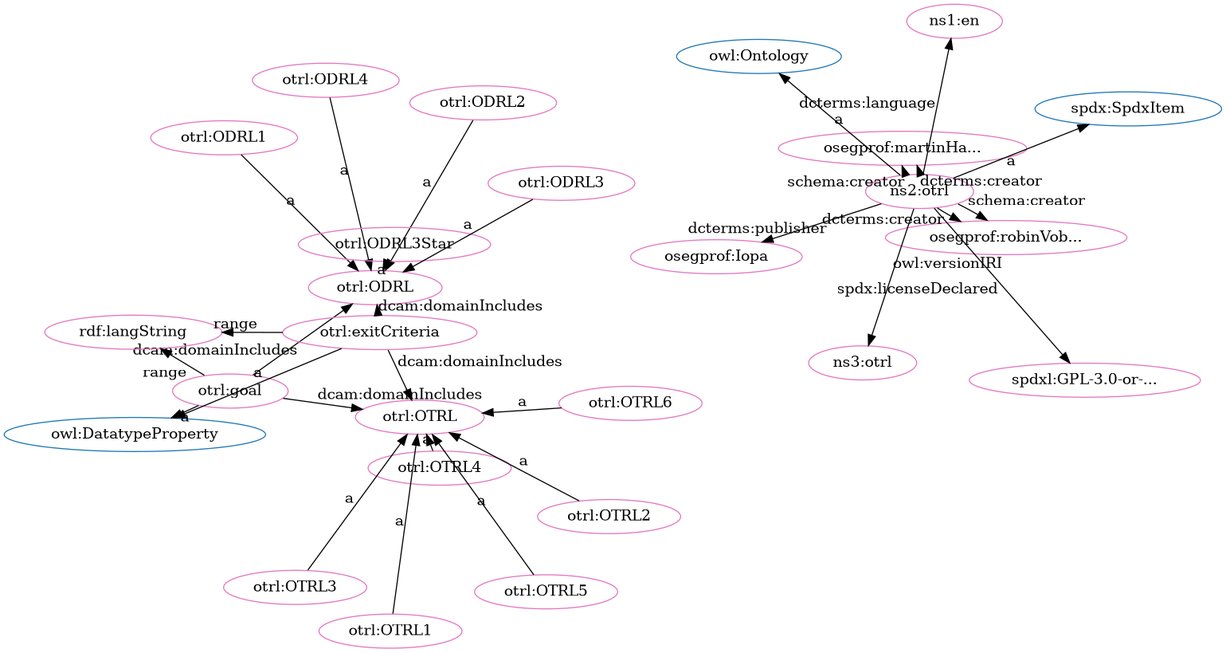
The Graphviz diagram src/spec/fdp_otrl.png in iop-alliance/OpenKnowHow, before a commit. Its source is kept beside it as src/spec/fdp_otrl.dot.
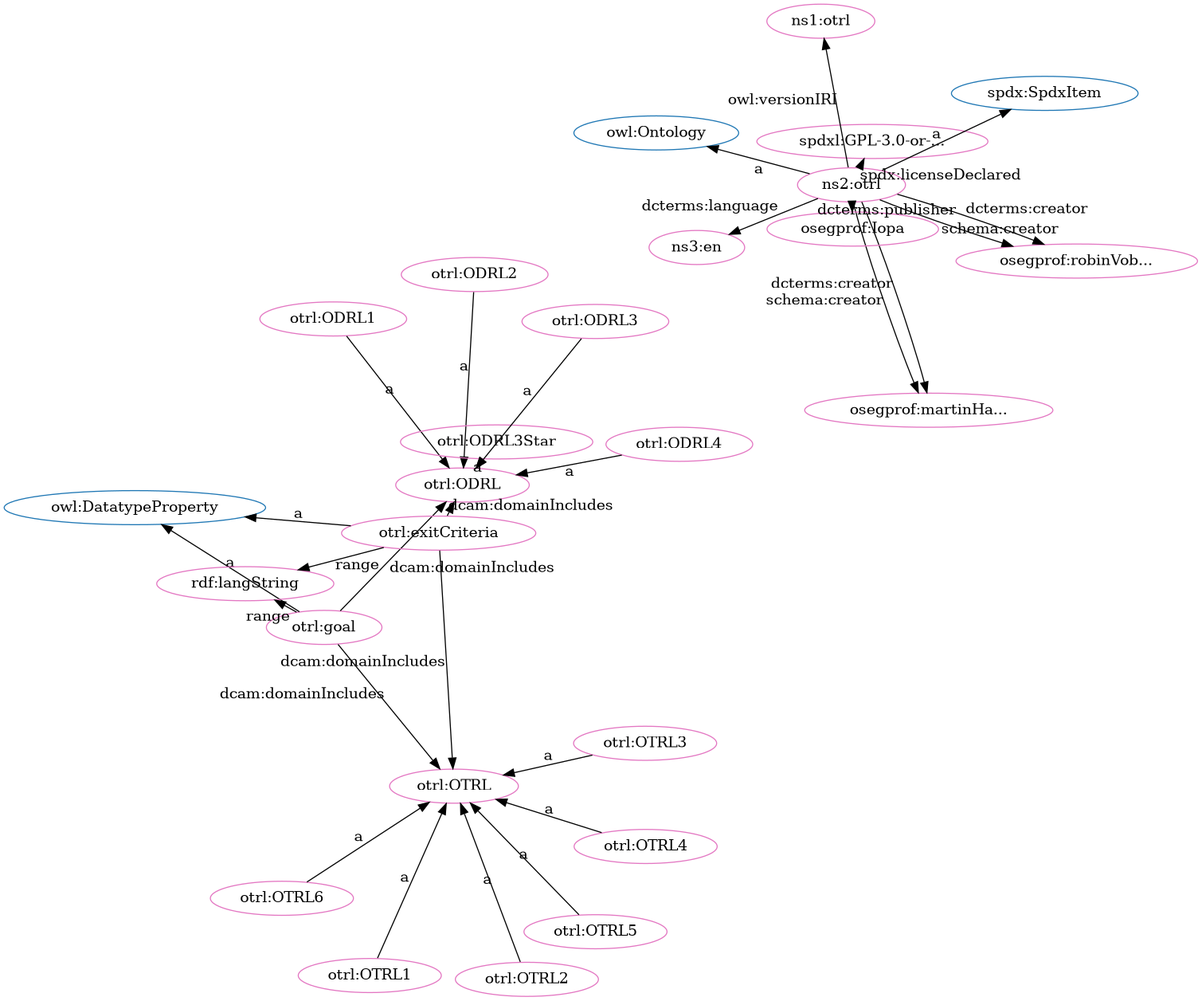
The same diagram one commit later.

Change to the diagram source:
```diff
@@ -6,56 +6,56 @@
 "http://www.w3.org/2002/07/owl#Ontology" [fillcolor="#1f77b4" color="#1f77b4" label="owl:Ontology"]
 "http://spdx.org/rdf/terms#SpdxItem" [fillcolor="#1f77b4" color="#1f77b4" label="spdx:SpdxItem"]
 "http://w3id.org/oseg/ont/otrl#OTRL" [fillcolor="#1f77b4" color="#1f77b4" label="otrl:OTRL"]
+"http://w3id.org/oseg/ont/oseg-profiles#robinVobruba" [fillcolor="#e377c2" color="#e377c2" label="osegprof:robinVob..."]
 "http://w3id.org/oseg/ont/otrl#ODRL1" [fillcolor="#e377c2" color="#e377c2" label="otrl:ODRL1"]
+"http://w3id.org/oseg/ont/1.1.0/otrl" [fillcolor="#e377c2" color="#e377c2" label="ns1:otrl"]
+"http://w3id.org/oseg/ont/otrl#OTRL3" [fillcolor="#e377c2" color="#e377c2" label="otrl:OTRL3"]
+"http://w3id.org/oseg/ont/otrl#ODRL" [fillcolor="#e377c2" color="#e377c2" label="otrl:ODRL"]
+"http://w3id.org/oseg/ont/otrl#OTRL2" [fillcolor="#e377c2" color="#e377c2" label="otrl:OTRL2"]
+"http://w3id.org/oseg/ont/otrl#goal" [fillcolor="#e377c2" color="#e377c2" label="otrl:goal"]
+"http://w3id.org/oseg/ont/otrl#OTRL5" [fillcolor="#e377c2" color="#e377c2" label="otrl:OTRL5"]
+"http://spdx.org/licenses/GPL-3.0-or-later" [fillcolor="#e377c2" color="#e377c2" label="spdxl:GPL-3.0-or-..."]
+"http://www.w3.org/1999/02/22-rdf-syntax-ns#langString" [fillcolor="#e377c2" color="#e377c2" label="rdf:langString"]
+"http://w3id.org/oseg/ont/otrl" [fillcolor="#e377c2" color="#e377c2" label="ns2:otrl"]
+"http://id.loc.gov/vocabulary/iso639-1/en" [fillcolor="#e377c2" color="#e377c2" label="ns3:en"]
+"http://w3id.org/oseg/ont/otrl#OTRL" [fillcolor="#e377c2" color="#e377c2" label="otrl:OTRL"]
 "http://w3id.org/oseg/ont/otrl#ODRL4" [fillcolor="#e377c2" color="#e377c2" label="otrl:ODRL4"]
-"http://w3id.org/oseg/ont/otrl#goal" [fillcolor="#e377c2" color="#e377c2" label="otrl:goal"]
 "http://w3id.org/oseg/ont/otrl#OTRL4" [fillcolor="#e377c2" color="#e377c2" label="otrl:OTRL4"]
-"http://w3id.org/oseg/ont/oseg-profiles#robinVobruba" [fillcolor="#e377c2" color="#e377c2" label="osegprof:robinVob..."]
 "http://w3id.org/oseg/ont/otrl#ODRL2" [fillcolor="#e377c2" color="#e377c2" label="otrl:ODRL2"]
-"http://id.loc.gov/vocabulary/iso639-1/en" [fillcolor="#e377c2" color="#e377c2" label="ns1:en"]
-"http://w3id.org/oseg/ont/otrl#OTRL" [fillcolor="#e377c2" color="#e377c2" label="otrl:OTRL"]
-"http://w3id.org/oseg/ont/otrl#OTRL3" [fillcolor="#e377c2" color="#e377c2" label="otrl:OTRL3"]
 "http://w3id.org/oseg/ont/otrl#exitCriteria" [fillcolor="#e377c2" color="#e377c2" label="otrl:exitCriteria"]
 "http://w3id.org/oseg/ont/oseg-profiles#martinHaeuer" [fillcolor="#e377c2" color="#e377c2" label="osegprof:martinHa..."]
-"http://w3id.org/oseg/ont/otrl#ODRL" [fillcolor="#e377c2" color="#e377c2" label="otrl:ODRL"]
+"http://w3id.org/oseg/ont/oseg-profiles#Iopa" [fillcolor="#e377c2" color="#e377c2" label="osegprof:Iopa"]
+"http://w3id.org/oseg/ont/otrl#ODRL3Star" [fillcolor="#e377c2" color="#e377c2" label="otrl:ODRL3Star"]
 "http://w3id.org/oseg/ont/otrl#OTRL1" [fillcolor="#e377c2" color="#e377c2" label="otrl:OTRL1"]
-"http://www.w3.org/1999/02/22-rdf-syntax-ns#langString" [fillcolor="#e377c2" color="#e377c2" label="rdf:langString"]
-"http://w3id.org/oseg/ont/otrl" [fillcolor="#e377c2" color="#e377c2" label="ns2:otrl"]
-"http://w3id.org/oseg/ont/oseg-profiles#Iopa" [fillcolor="#e377c2" color="#e377c2" label="osegprof:Iopa"]
-"http://w3id.org/oseg/ont/otrl#OTRL2" [fillcolor="#e377c2" color="#e377c2" label="otrl:OTRL2"]
+"http://w3id.org/oseg/ont/otrl#ODRL3" [fillcolor="#e377c2" color="#e377c2" label="otrl:ODRL3"]
 "http://w3id.org/oseg/ont/otrl#OTRL6" [fillcolor="#e377c2" color="#e377c2" label="otrl:OTRL6"]
-"http://w3id.org/oseg/ont/otrl#ODRL3Star" [fillcolor="#e377c2" color="#e377c2" label="otrl:ODRL3Star"]
-"http://w3id.org/oseg/ont/otrl#OTRL5" [fillcolor="#e377c2" color="#e377c2" label="otrl:OTRL5"]
-"http://spdx.org/licenses/GPL-3.0-or-later" [fillcolor="#e377c2" color="#e377c2" label="spdxl:GPL-3.0-or-..."]
-"http://w3id.org/oseg/ont/1.1.0/otrl" [fillcolor="#e377c2" color="#e377c2" label="ns3:otrl"]
-"http://w3id.org/oseg/ont/otrl#ODRL3" [fillcolor="#e377c2" color="#e377c2" label="otrl:ODRL3"]
+  "http://w3id.org/oseg/ont/otrl" -> "http://w3id.org/oseg/ont/oseg-profiles#robinVobruba" [label="dcterms:creator"]
   "http://w3id.org/oseg/ont/otrl#ODRL1" -> "http://w3id.org/oseg/ont/otrl#ODRL" [label="a"]
+  "http://w3id.org/oseg/ont/otrl#OTRL5" -> "http://w3id.org/oseg/ont/otrl#OTRL" [label="a"]
+  "http://w3id.org/oseg/ont/otrl" -> "http://spdx.org/licenses/GPL-3.0-or-later" [label="spdx:licenseDeclared"]
+  "http://w3id.org/oseg/ont/otrl" -> "http://www.w3.org/2002/07/owl#Ontology" [label="a"]
+  "http://w3id.org/oseg/ont/otrl#ODRL4" -> "http://w3id.org/oseg/ont/otrl#ODRL" [label="a"]
+  "http://w3id.org/oseg/ont/otrl#OTRL4" -> "http://w3id.org/oseg/ont/otrl#OTRL" [label="a"]
+  "http://w3id.org/oseg/ont/otrl#exitCriteria" -> "http://www.w3.org/2002/07/owl#DatatypeProperty" [label="a"]
+  "http://w3id.org/oseg/ont/otrl" -> "http://w3id.org/oseg/ont/oseg-profiles#robinVobruba" [label="schema:creator"]
+  "http://w3id.org/oseg/ont/otrl#ODRL3Star" -> "http://w3id.org/oseg/ont/otrl#ODRL" [label="a"]
+  "http://w3id.org/oseg/ont/otrl#exitCriteria" -> "http://w3id.org/oseg/ont/otrl#OTRL" [label="dcam:domainIncludes"]
+  "http://w3id.org/oseg/ont/otrl" -> "http://w3id.org/oseg/ont/oseg-profiles#martinHaeuer" [label="dcterms:creator"]
+  "http://w3id.org/oseg/ont/otrl" -> "http://w3id.org/oseg/ont/1.1.0/otrl" [label="owl:versionIRI"]
+  "http://w3id.org/oseg/ont/otrl#OTRL3" -> "http://w3id.org/oseg/ont/otrl#OTRL" [label="a"]
+  "http://w3id.org/oseg/ont/otrl#exitCriteria" -> "http://w3id.org/oseg/ont/otrl#ODRL" [label="dcam:domainIncludes"]
+  "http://w3id.org/oseg/ont/otrl#OTRL2" -> "http://w3id.org/oseg/ont/otrl#OTRL" [label="a"]
   "http://w3id.org/oseg/ont/otrl#goal" -> "http://www.w3.org/2002/07/owl#DatatypeProperty" [label="a"]
-  "http://w3id.org/oseg/ont/otrl#OTRL4" -> "http://w3id.org/oseg/ont/otrl#OTRL" [label="a"]
-  "http://w3id.org/oseg/ont/otrl" -> "http://w3id.org/oseg/ont/oseg-profiles#robinVobruba" [label="schema:creator"]
-  "http://w3id.org/oseg/ont/otrl#OTRL3" -> "http://w3id.org/oseg/ont/otrl#OTRL" [label="a"]
-  "http://w3id.org/oseg/ont/otrl" -> "http://w3id.org/oseg/ont/oseg-profiles#martinHaeuer" [label="schema:creator"]
-  "http://w3id.org/oseg/ont/otrl#OTRL1" -> "http://w3id.org/oseg/ont/otrl#OTRL" [label="a"]
-  "http://w3id.org/oseg/ont/otrl#goal" -> "http://www.w3.org/1999/02/22-rdf-syntax-ns#langString" [label="range"]
+  "http://w3id.org/oseg/ont/otrl#exitCriteria" -> "http://www.w3.org/1999/02/22-rdf-syntax-ns#langString" [label="range"]
+  "http://w3id.org/oseg/ont/otrl" -> "http://id.loc.gov/vocabulary/iso639-1/en" [label="dcterms:language"]
   "http://w3id.org/oseg/ont/otrl" -> "http://spdx.org/rdf/terms#SpdxItem" [label="a"]
   "http://w3id.org/oseg/ont/otrl#goal" -> "http://w3id.org/oseg/ont/otrl#OTRL" [label="dcam:domainIncludes"]
-  "http://w3id.org/oseg/ont/otrl#OTRL2" -> "http://w3id.org/oseg/ont/otrl#OTRL" [label="a"]
+  "http://w3id.org/oseg/ont/otrl#ODRL2" -> "http://w3id.org/oseg/ont/otrl#ODRL" [label="a"]
   "http://w3id.org/oseg/ont/otrl#goal" -> "http://w3id.org/oseg/ont/otrl#ODRL" [label="dcam:domainIncludes"]
-  "http://w3id.org/oseg/ont/otrl#ODRL3Star" -> "http://w3id.org/oseg/ont/otrl#ODRL" [label="a"]
-  "http://w3id.org/oseg/ont/otrl#OTRL5" -> "http://w3id.org/oseg/ont/otrl#OTRL" [label="a"]
-  "http://w3id.org/oseg/ont/otrl" -> "http://spdx.org/licenses/GPL-3.0-or-later" [label="spdx:licenseDeclared"]
-  "http://w3id.org/oseg/ont/otrl" -> "http://w3id.org/oseg/ont/1.1.0/otrl" [label="owl:versionIRI"]
-  "http://w3id.org/oseg/ont/otrl#ODRL4" -> "http://w3id.org/oseg/ont/otrl#ODRL" [label="a"]
-  "http://w3id.org/oseg/ont/otrl#ODRL2" -> "http://w3id.org/oseg/ont/otrl#ODRL" [label="a"]
-  "http://w3id.org/oseg/ont/otrl" -> "http://id.loc.gov/vocabulary/iso639-1/en" [label="dcterms:language"]
-  "http://w3id.org/oseg/ont/otrl#exitCriteria" -> "http://w3id.org/oseg/ont/otrl#OTRL" [label="dcam:domainIncludes"]
-  "http://w3id.org/oseg/ont/otrl#exitCriteria" -> "http://www.w3.org/2002/07/owl#DatatypeProperty" [label="a"]
-  "http://w3id.org/oseg/ont/otrl#exitCriteria" -> "http://w3id.org/oseg/ont/otrl#ODRL" [label="dcam:domainIncludes"]
-  "http://w3id.org/oseg/ont/otrl" -> "http://www.w3.org/2002/07/owl#Ontology" [label="a"]
+  "http://w3id.org/oseg/ont/otrl" -> "http://w3id.org/oseg/ont/oseg-profiles#martinHaeuer" [label="schema:creator"]
   "http://w3id.org/oseg/ont/otrl" -> "http://w3id.org/oseg/ont/oseg-profiles#Iopa" [label="dcterms:publisher"]
-  "http://w3id.org/oseg/ont/otrl" -> "http://w3id.org/oseg/ont/oseg-profiles#robinVobruba" [label="dcterms:creator"]
+  "http://w3id.org/oseg/ont/otrl#goal" -> "http://www.w3.org/1999/02/22-rdf-syntax-ns#langString" [label="range"]
+  "http://w3id.org/oseg/ont/otrl#OTRL1" -> "http://w3id.org/oseg/ont/otrl#OTRL" [label="a"]
+  "http://w3id.org/oseg/ont/otrl#ODRL3" -> "http://w3id.org/oseg/ont/otrl#ODRL" [label="a"]
   "http://w3id.org/oseg/ont/otrl#OTRL6" -> "http://w3id.org/oseg/ont/otrl#OTRL" [label="a"]
-  "http://w3id.org/oseg/ont/otrl" -> "http://w3id.org/oseg/ont/oseg-profiles#martinHaeuer" [label="dcterms:creator"]
-  "http://w3id.org/oseg/ont/otrl#exitCriteria" -> "http://www.w3.org/1999/02/22-rdf-syntax-ns#langString" [label="range"]
-  "http://w3id.org/oseg/ont/otrl#ODRL3" -> "http://w3id.org/oseg/ont/otrl#ODRL" [label="a"]
 }
```
